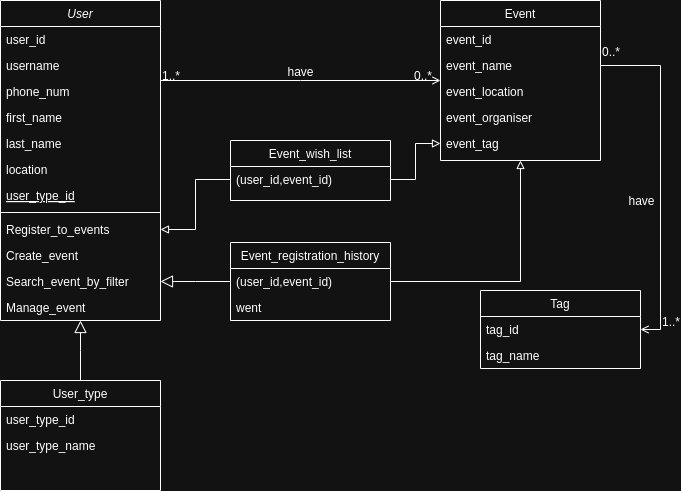
Earlier version of the draw.io export event-management/event_management.png (aMAAmina/database-design). Source tidied: cells renumbered, new cells last; positions are measured from the earlier drawing's top-left corner, leaving out a move shared by most shapes.
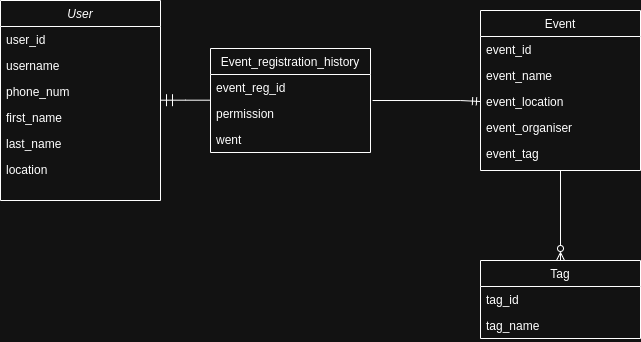
After the change.

Commit message:
update Readme.md event-management

The edit, as a diff of the source:
```diff
@@ -3,7 +3,7 @@
     <mxCell id="0" />
     <mxCell id="1" parent="0" />
     <mxCell id="2" value="User" style="swimlane;fontStyle=2;align=center;verticalAlign=top;horizontal=1;startSize=26;rounded=0;shadow=0;strokeWidth=1;" parent="1" vertex="1">
-      <mxGeometry width="160" height="320" as="geometry" />
+      <mxGeometry x="-50" y="20" width="160" height="200" as="geometry" />
     </mxCell>
     <mxCell id="3" value="user_id" style="text;align=left;verticalAlign=top;spacingLeft=4;spacingRight=4;overflow=hidden;" parent="2" vertex="1">
       <mxGeometry y="26" width="160" height="26" as="geometry" />
@@ -23,56 +23,33 @@
     <mxCell id="8" value="location" style="text;align=left;verticalAlign=top;spacingLeft=4;spacingRight=4;overflow=hidden;" parent="2" vertex="1">
       <mxGeometry y="156" width="160" height="26" as="geometry" />
     </mxCell>
-    <mxCell id="9" value="user_type_id" style="text;align=left;verticalAlign=top;spacingLeft=4;spacingRight=4;overflow=hidden;fontStyle=4;" parent="2" vertex="1">
-      <mxGeometry y="182" width="160" height="26" as="geometry" />
-    </mxCell>
-    <mxCell id="10" style="line;html=1;strokeWidth=1;align=left;verticalAlign=middle;spacingTop=-1;spacingLeft=3;spacingRight=3;labelPosition=right;" parent="2" vertex="1">
-      <mxGeometry y="208" width="160" height="8" as="geometry" />
-    </mxCell>
-    <mxCell id="11" value="Register_to_events" style="text;align=left;verticalAlign=top;spacingLeft=4;spacingRight=4;overflow=hidden;points=[[0,0.5],[1,0.5]];portConstraint=eastwest;" parent="2" vertex="1">
-      <mxGeometry y="216" width="160" height="26" as="geometry" />
-    </mxCell>
-    <mxCell id="12" value="Create_event" style="text;align=left;verticalAlign=top;spacingLeft=4;spacingRight=4;overflow=hidden;" parent="2" vertex="1">
-      <mxGeometry y="242" width="160" height="26" as="geometry" />
-    </mxCell>
-    <mxCell id="13" value="Search_event_by_filter" style="text;align=left;verticalAlign=top;spacingLeft=4;spacingRight=4;overflow=hidden;" parent="2" vertex="1">
-      <mxGeometry y="268" width="160" height="26" as="geometry" />
-    </mxCell>
-    <mxCell id="14" value="Manage_event" style="text;align=left;verticalAlign=top;spacingLeft=4;spacingRight=4;overflow=hidden;" parent="2" vertex="1">
-      <mxGeometry y="294" width="160" height="26" as="geometry" />
-    </mxCell>
-    <mxCell id="15" value="User_type" style="swimlane;fontStyle=0;align=center;verticalAlign=top;horizontal=1;startSize=26;rounded=0;shadow=0;strokeWidth=1;" parent="1" vertex="1">
-      <mxGeometry y="380" width="160" height="110" as="geometry" />
-    </mxCell>
-    <mxCell id="16" value="user_type_id" style="text;align=left;verticalAlign=top;spacingLeft=4;spacingRight=4;overflow=hidden;fontStyle=0;" parent="15" vertex="1">
-      <mxGeometry y="26" width="160" height="26" as="geometry" />
-    </mxCell>
-    <mxCell id="17" value="user_type_name" style="text;align=left;verticalAlign=top;spacingLeft=4;spacingRight=4;overflow=hidden;rounded=0;shadow=0;html=0;" parent="15" vertex="1">
-      <mxGeometry y="52" width="160" height="26" as="geometry" />
-    </mxCell>
-    <mxCell id="18" style="endArrow=block;endSize=10;endFill=0;shadow=0;strokeWidth=1;rounded=0;curved=0;edgeStyle=elbowEdgeStyle;elbow=vertical;" parent="1" edge="1" source="15" target="2">
-      <mxGeometry relative="1" as="geometry" />
-    </mxCell>
-    <mxCell id="19" style="edgeStyle=orthogonalEdgeStyle;rounded=0;jettySize=auto;html=1;entryX=0.5;entryY=1;entryDx=0;entryDy=0;endArrow=block;endFill=0;" parent="1" edge="1" source="20" target="25">
-      <mxGeometry relative="1" as="geometry" />
+    <mxCell id="19" style="edgeStyle=orthogonalEdgeStyle;rounded=0;jettySize=auto;html=1;endArrow=ERmandOne;endFill=0;exitX=1.013;exitY=0;exitDx=0;exitDy=0;exitPerimeter=0;entryX=0;entryY=0.5;entryDx=0;entryDy=0;" parent="1" edge="1" source="22" target="28">
+      <mxGeometry relative="1" as="geometry">
+        <Array as="points">
+          <mxPoint x="410" y="120" />
+        </Array>
+      </mxGeometry>
     </mxCell>
     <mxCell id="20" value="Event_registration_history" style="swimlane;fontStyle=0;align=center;verticalAlign=top;horizontal=1;startSize=26;rounded=0;shadow=0;strokeWidth=1;" parent="1" vertex="1">
-      <mxGeometry x="230" y="242" width="160" height="78" as="geometry" />
+      <mxGeometry x="160" y="68" width="160" height="104" as="geometry" />
     </mxCell>
-    <mxCell id="21" value="(user_id,event_id)" style="text;align=left;verticalAlign=top;spacingLeft=4;spacingRight=4;overflow=hidden;" parent="20" vertex="1">
-      <mxGeometry y="26" width="160" height="26" as="geometry" />
-    </mxCell>
+    <mxCell id="45" value="event_reg_id" style="text;align=left;verticalAlign=top;spacingLeft=4;spacingRight=4;overflow=hidden;" parent="20" vertex="1">
+      <mxGeometry y="26" width="160" height="26" as="geometry" />
+    </mxCell>
-    <mxCell id="22" value="went" style="text;align=left;verticalAlign=top;spacingLeft=4;spacingRight=4;overflow=hidden;points=[[0,0.5],[1,0.5]];portConstraint=eastwest;" parent="20" vertex="1">
+    <mxCell id="22" value="permission" style="text;align=left;verticalAlign=top;spacingLeft=4;spacingRight=4;overflow=hidden;points=[[0,0.5],[1,0.5]];portConstraint=eastwest;" parent="20" vertex="1">
       <mxGeometry y="52" width="160" height="26" as="geometry" />
     </mxCell>
+    <mxCell id="46" value="went" style="text;align=left;verticalAlign=top;spacingLeft=4;spacingRight=4;overflow=hidden;" parent="20" vertex="1">
+      <mxGeometry y="78" width="160" height="26" as="geometry" />
+    </mxCell>
-    <mxCell id="23" style="endArrow=block;endSize=10;endFill=0;shadow=0;strokeWidth=1;rounded=0;curved=0;edgeStyle=elbowEdgeStyle;elbow=vertical;" parent="1" edge="1" source="20" target="2">
+    <mxCell id="23" style="endArrow=ERmandOne;endSize=10;endFill=0;shadow=0;strokeWidth=1;rounded=0;curved=0;edgeStyle=elbowEdgeStyle;elbow=vertical;" parent="1" edge="1" source="20" target="2">
       <mxGeometry relative="1" as="geometry" />
     </mxCell>
-    <mxCell id="24" style="edgeStyle=orthogonalEdgeStyle;rounded=0;jettySize=auto;html=1;entryX=1;entryY=0.5;entryDx=0;entryDy=0;exitX=1;exitY=0.5;exitDx=0;exitDy=0;endArrow=open;endFill=0;" parent="1" edge="1" source="27" target="39">
+    <mxCell id="24" style="edgeStyle=orthogonalEdgeStyle;rounded=0;jettySize=auto;html=1;entryX=0.5;entryY=0;entryDx=0;entryDy=0;exitX=0.5;exitY=1;exitDx=0;exitDy=0;endArrow=ERzeroToMany;endFill=0;" parent="1" edge="1" source="25" target="38">
       <mxGeometry relative="1" as="geometry" />
     </mxCell>
     <mxCell id="25" value="Event" style="swimlane;fontStyle=0;align=center;verticalAlign=top;horizontal=1;startSize=26;rounded=0;shadow=0;strokeWidth=1;" parent="1" vertex="1">
-      <mxGeometry x="440" width="160" height="160" as="geometry" />
+      <mxGeometry x="430" y="30" width="160" height="160" as="geometry" />
     </mxCell>
     <mxCell id="26" value="event_id" style="text;align=left;verticalAlign=top;spacingLeft=4;spacingRight=4;overflow=hidden;" parent="25" vertex="1">
       <mxGeometry y="26" width="160" height="26" as="geometry" />
@@ -89,43 +66,8 @@
     <mxCell id="30" value="event_tag" style="text;align=left;verticalAlign=top;spacingLeft=4;spacingRight=4;overflow=hidden;points=[[0,0.5],[1,0.5]];portConstraint=eastwest;rounded=0;shadow=0;html=0;" parent="25" vertex="1">
       <mxGeometry y="130" width="160" height="26" as="geometry" />
     </mxCell>
-    <mxCell id="31" style="endArrow=open;shadow=0;strokeWidth=1;rounded=0;curved=0;endFill=1;edgeStyle=elbowEdgeStyle;elbow=vertical;" parent="1" edge="1" source="2" target="25">
-      <mxGeometry x="0.5" y="41" relative="1" as="geometry">
-        <mxPoint x="-40" y="32" as="offset" />
-      </mxGeometry>
-    </mxCell>
-    <mxCell id="32" value="1..*" style="align=left;verticalAlign=bottom;labelBackgroundColor=none;fontSize=12;" parent="31" vertex="1">
-      <mxGeometry x="-1" relative="1" as="geometry">
-        <mxPoint y="4" as="offset" />
-      </mxGeometry>
-    </mxCell>
-    <mxCell id="33" value="0..*" style="align=right;verticalAlign=bottom;labelBackgroundColor=none;fontSize=12;" parent="31" vertex="1">
-      <mxGeometry x="1" relative="1" as="geometry">
-        <mxPoint x="-7" y="4" as="offset" />
-      </mxGeometry>
-    </mxCell>
-    <mxCell id="34" value="have" style="text;html=1;align=center;verticalAlign=middle;labelBackgroundColor=none;rounded=0;shadow=0;strokeWidth=1;fontSize=12;" parent="31" vertex="1">
-      <mxGeometry x="0.5" y="49" relative="1" as="geometry">
-        <mxPoint x="-71" y="40" as="offset" />
-      </mxGeometry>
-    </mxCell>
-    <mxCell id="35" value="have" style="text;html=1;align=center;verticalAlign=middle;labelBackgroundColor=none;rounded=0;shadow=0;strokeWidth=1;fontSize=12;" parent="31" vertex="1">
-      <mxGeometry x="0.5" y="49" relative="1" as="geometry">
-        <mxPoint x="270" y="169" as="offset" />
-      </mxGeometry>
-    </mxCell>
-    <mxCell id="36" value="1..*" style="align=left;verticalAlign=bottom;labelBackgroundColor=none;fontSize=12;" parent="31" vertex="1">
-      <mxGeometry x="-1" relative="1" as="geometry">
-        <mxPoint x="500" y="250" as="offset" />
-      </mxGeometry>
-    </mxCell>
-    <mxCell id="37" value="0..*" style="align=left;verticalAlign=bottom;labelBackgroundColor=none;fontSize=12;" parent="31" vertex="1">
-      <mxGeometry x="-1" relative="1" as="geometry">
-        <mxPoint x="440" y="-20" as="offset" />
-      </mxGeometry>
-    </mxCell>
     <mxCell id="38" value="Tag" style="swimlane;fontStyle=0;align=center;verticalAlign=top;horizontal=1;startSize=26;rounded=0;shadow=0;strokeWidth=1;" parent="1" vertex="1">
-      <mxGeometry x="480" y="290" width="160" height="78" as="geometry" />
+      <mxGeometry x="430" y="280" width="160" height="78" as="geometry" />
     </mxCell>
     <mxCell id="39" value="tag_id" style="text;align=left;verticalAlign=top;spacingLeft=4;spacingRight=4;overflow=hidden;points=[[0,0.5],[1,0.5]];portConstraint=eastwest;" parent="38" vertex="1">
       <mxGeometry y="26" width="160" height="26" as="geometry" />
@@ -133,17 +75,5 @@
     <mxCell id="40" value="tag_name" style="text;align=left;verticalAlign=top;spacingLeft=4;spacingRight=4;overflow=hidden;" parent="38" vertex="1">
       <mxGeometry y="52" width="160" height="26" as="geometry" />
     </mxCell>
-    <mxCell id="41" value="Event_wish_list" style="swimlane;fontStyle=0;align=center;verticalAlign=top;horizontal=1;startSize=26;rounded=0;shadow=0;strokeWidth=1;" parent="1" vertex="1">
-      <mxGeometry x="230" y="140" width="160" height="60" as="geometry" />
-    </mxCell>
-    <mxCell id="42" value="(user_id,event_id)" style="text;align=left;verticalAlign=top;spacingLeft=4;spacingRight=4;overflow=hidden;points=[[0,0.5],[1,0.5]];portConstraint=eastwest;" parent="41" vertex="1">
-      <mxGeometry y="26" width="160" height="26" as="geometry" />
-    </mxCell>
-    <mxCell id="43" style="edgeStyle=orthogonalEdgeStyle;rounded=0;jettySize=auto;html=1;endArrow=block;endFill=0;" parent="1" edge="1" source="42" target="11">
-      <mxGeometry relative="1" as="geometry" />
-    </mxCell>
-    <mxCell id="44" style="edgeStyle=orthogonalEdgeStyle;rounded=0;jettySize=auto;html=1;endArrow=block;endFill=0;" parent="1" edge="1" source="42" target="30">
-      <mxGeometry relative="1" as="geometry" />
-    </mxCell>
   </root>
 </mxGraphModel>
```
